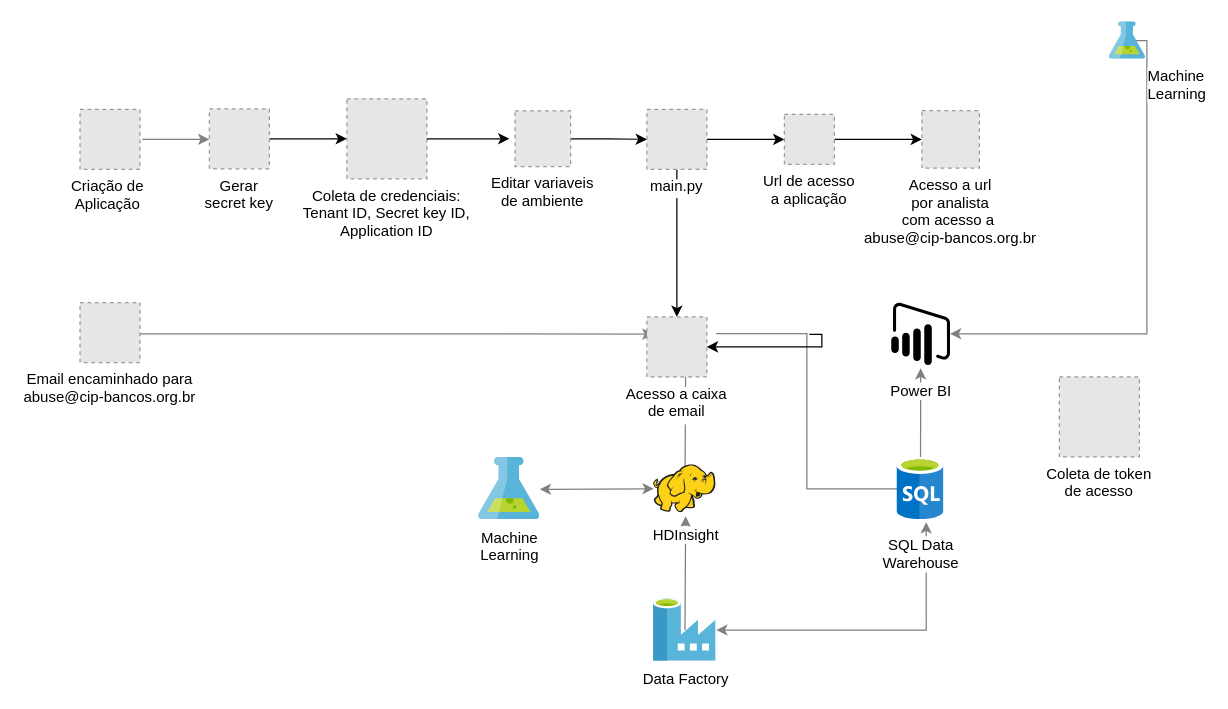
This is Untitled Diagram.drawio from Antonio-Costa00/Auto-Indicents-Creation-From-Fishing-Atacks, a draw.io file, before an edit. Source tidied: cells renumbered, new cells numbered last; positions are measured from the earlier drawing's top-left corner, leaving out a move shared by most shapes. Both pictures are drawn from the tidied source at 125%, with x=0, y=0 at pixel (79, 21). Pictures stored in the file or linked from it are replaced by grey dashed boxes.
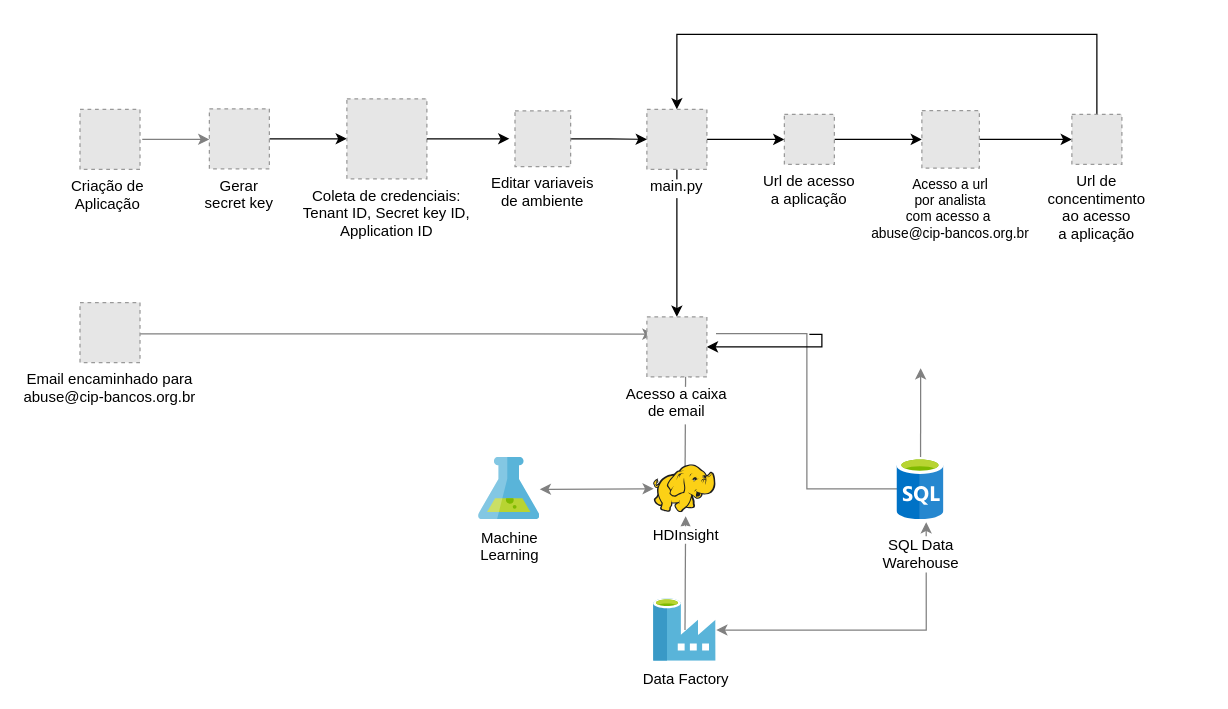
Above is the later version.

Unchanged cells that the change refers to:
```xml
<mxCell id="15" value="SQL Data&lt;br&gt;Warehouse" style="html=1;perimeter=none;align=center;shadow=0;dashed=0;image;fontSize=12;image=img/lib/mscae/SQL_Database_generic.svg;labelBackgroundColor=#ffffff;fillColor=#4D9900;spacingTop=6;" parent="1" vertex="1">
  <mxGeometry x="654.2" y="348.5" width="37.5" height="50" as="geometry" />
</mxCell>
<mxCell id="20" value="main.py" style="fillColor=#E6E6E6;strokeColor=#999999;dashed=1;verticalLabelPosition=bottom;labelBackgroundColor=default;verticalAlign=top;" parent="1" vertex="1">
  <mxGeometry x="454" y="70" width="48" height="48" as="geometry" />
</mxCell>
```

The edit, as a diff of the source:
```diff
@@
-    <mxCell id="4" style="edgeStyle=elbowEdgeStyle;rounded=0;jettySize=auto;html=1;strokeColor=#808080;" parent="1" edge="1" source="11" target="16">
-      <mxGeometry relative="1" as="geometry">
-        <Array as="points">
-          <mxPoint x="854" y="120" />
-          <mxPoint x="673.5" y="165.5" />
-        </Array>
-      </mxGeometry>
-    </mxCell>
@@
-    <mxCell id="9" style="edgeStyle=elbowEdgeStyle;rounded=0;jettySize=auto;html=1;entryX=0.494;entryY=1.052;entryDx=0;entryDy=0;entryPerimeter=0;strokeColor=#808080;" parent="1" edge="1" source="15" target="16">
-      <mxGeometry relative="1" as="geometry" />
+    <mxCell id="9" style="edgeStyle=elbowEdgeStyle;rounded=0;jettySize=auto;html=1;entryX=0.494;entryY=1.052;entryDx=0;entryDy=0;entryPerimeter=0;strokeColor=#808080;" parent="1" edge="1" source="15">
+      <mxGeometry relative="1" as="geometry">
+        <mxPoint x="672.7" y="277.1" as="targetPoint" />
+      </mxGeometry>
     </mxCell>
@@
-    <mxCell id="11" value="Machine&lt;br&gt;Learning" style="html=1;perimeter=none;align=left;shadow=0;dashed=0;image;fontSize=12;image=img/lib/mscae/Machine_Learning.svg;labelBackgroundColor=#ffffff;fillColor=#4D9900;labelPosition=right;verticalLabelPosition=bottom;verticalAlign=top;" parent="1" vertex="1">
-      <mxGeometry x="824" width="29" height="30" as="geometry" />
-    </mxCell>
@@
-    <mxCell id="16" value="Power BI" style="shadow=0;dashed=0;html=1;strokeColor=none;labelPosition=center;verticalLabelPosition=bottom;verticalAlign=top;align=center;shape=mxgraph.mscae.cloud.power_bi_embedded;fillColor=#000000;labelBackgroundColor=#ffffff;spacingTop=7;" parent="1" vertex="1">
-      <mxGeometry x="649.5" y="224.5" width="47" height="50" as="geometry" />
-    </mxCell>
@@
-    <mxCell id="30" value="Coleta de token&#10;de acesso" style="fillColor=#E6E6E6;strokeColor=#999999;dashed=1;verticalLabelPosition=bottom;labelBackgroundColor=default;verticalAlign=top;" parent="1" vertex="1">
-      <mxGeometry x="784" y="284" width="64" height="64" as="geometry" />
-    </mxCell>
@@
+    <mxCell id="34" style="edgeStyle=orthogonalEdgeStyle;rounded=0;jettySize=auto;html=1;" parent="1" edge="1" source="33" target="36">
+      <mxGeometry relative="1" as="geometry" />
+    </mxCell>
-    <mxCell id="33" value="Acesso a url&#10;por analista&#10;com acesso a &#10;abuse@cip-bancos.org.br" style="fillColor=#E6E6E6;strokeColor=#999999;dashed=1;verticalLabelPosition=bottom;labelBackgroundColor=default;verticalAlign=top;" parent="1" vertex="1">
+    <mxCell id="33" value="Acesso a url&#10;por analista&#10;com acesso a &#10;abuse@cip-bancos.org.br" style="fillColor=#E6E6E6;strokeColor=#999999;dashed=1;verticalLabelPosition=bottom;labelBackgroundColor=default;verticalAlign=top;fontSize=11;" parent="1" vertex="1">
       <mxGeometry x="674" y="71" width="46" height="46" as="geometry" />
     </mxCell>
+    <mxCell id="35" style="edgeStyle=orthogonalEdgeStyle;rounded=0;jettySize=auto;html=1;fontSize=11;entryX=0.5;entryY=0;entryDx=0;entryDy=0;" parent="1" edge="1" source="36" target="20">
+      <mxGeometry relative="1" as="geometry">
+        <Array as="points">
+          <mxPoint x="814" y="10" />
+          <mxPoint x="478" y="10" />
+        </Array>
+      </mxGeometry>
+    </mxCell>
+    <mxCell id="36" value="Url de &#10;concentimento&#10;ao acesso &#10;a aplicação" style="fillColor=#E6E6E6;strokeColor=#999999;dashed=1;verticalLabelPosition=bottom;labelBackgroundColor=default;verticalAlign=top;" parent="1" vertex="1">
+      <mxGeometry x="794" y="74" width="40" height="40" as="geometry" />
+    </mxCell>
```
